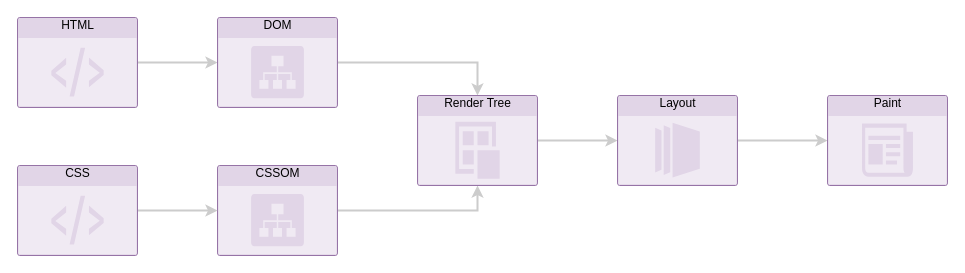
skylinety/Blog keeps this draw.io diagram as Demos/Major/Refactor&Optimization/Repaint.drawio. Above is the earlier version. Source tidied: cells renumbered, new cells numbered last; positions are measured from the earlier drawing's top-left corner, leaving out a move shared by most shapes. Both pictures are drawn from the tidied source at 100%, with x=0, y=0 at pixel (17, 17).
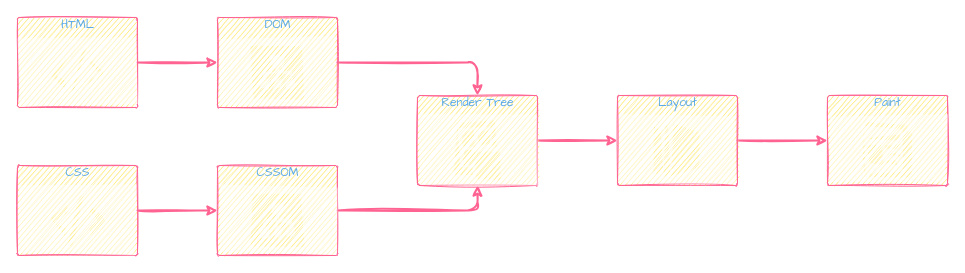
After the change.

Change to the diagram source:
```diff
@@
 <mxGraphModel>
   <root>
     <mxCell id="0" />
     <mxCell id="1" parent="0" />
-    <mxCell id="2" style="edgeStyle=orthogonalEdgeStyle;rounded=0;jettySize=auto;html=1;entryX=0.5;entryY=1;entryDx=0;entryDy=0;entryPerimeter=0;strokeColor=#CCCCCC;strokeWidth=2;" parent="1" edge="1" source="3" target="11">
+    <mxCell id="2" style="edgeStyle=orthogonalEdgeStyle;jettySize=auto;html=1;entryX=0.5;entryY=1;entryDx=0;entryDy=0;entryPerimeter=0;strokeWidth=2;sketch=1;strokeColor=#FF6392;fontColor=#5AA9E6;fontFamily=Comic Sans MS;" parent="1" edge="1" source="3" target="11">
       <mxGeometry relative="1" as="geometry" />
     </mxCell>
-    <mxCell id="3" value="CSSOM" style="html=1;strokeColor=#9673a6;fillColor=#e1d5e7;labelPosition=center;verticalLabelPosition=middle;verticalAlign=top;align=center;fontSize=12;outlineConnect=0;spacingTop=-6;sketch=0;shape=mxgraph.sitemap.sitemap;" parent="1" vertex="1">
+    <mxCell id="3" value="CSSOM" style="html=1;labelPosition=center;verticalLabelPosition=middle;verticalAlign=top;align=center;fontSize=12;outlineConnect=0;spacingTop=-6;shape=mxgraph.sitemap.sitemap;sketch=1;rounded=1;fillColor=#FFE45E;strokeColor=#FF6392;fontColor=#5AA9E6;fontFamily=Comic Sans MS;" parent="1" vertex="1">
       <mxGeometry x="200" y="148" width="120" height="90" as="geometry" />
     </mxCell>
-    <mxCell id="4" style="edgeStyle=orthogonalEdgeStyle;rounded=0;jettySize=auto;html=1;entryX=0;entryY=0.5;entryDx=0;entryDy=0;entryPerimeter=0;strokeWidth=2;strokeColor=#CCCCCC;" parent="1" edge="1" source="5" target="9">
+    <mxCell id="4" style="edgeStyle=orthogonalEdgeStyle;jettySize=auto;html=1;entryX=0;entryY=0.5;entryDx=0;entryDy=0;entryPerimeter=0;strokeWidth=2;sketch=1;strokeColor=#FF6392;fontColor=#5AA9E6;fontFamily=Comic Sans MS;" parent="1" edge="1" source="5" target="9">
       <mxGeometry relative="1" as="geometry" />
     </mxCell>
-    <mxCell id="5" value="HTML" style="html=1;strokeColor=#9673a6;fillColor=#e1d5e7;labelPosition=center;verticalLabelPosition=middle;verticalAlign=top;align=center;fontSize=12;outlineConnect=0;spacingTop=-6;sketch=0;shape=mxgraph.sitemap.script;" parent="1" vertex="1">
+    <mxCell id="5" value="HTML" style="html=1;labelPosition=center;verticalLabelPosition=middle;verticalAlign=top;align=center;fontSize=12;outlineConnect=0;spacingTop=-6;shape=mxgraph.sitemap.script;sketch=1;rounded=1;fillColor=#FFE45E;strokeColor=#FF6392;fontColor=#5AA9E6;fontFamily=Comic Sans MS;" parent="1" vertex="1">
       <mxGeometry width="120" height="90" as="geometry" />
     </mxCell>
-    <mxCell id="6" style="edgeStyle=orthogonalEdgeStyle;rounded=0;jettySize=auto;html=1;entryX=0;entryY=0.5;entryDx=0;entryDy=0;entryPerimeter=0;strokeColor=#CCCCCC;strokeWidth=2;" parent="1" edge="1" source="7" target="3">
+    <mxCell id="6" style="edgeStyle=orthogonalEdgeStyle;jettySize=auto;html=1;entryX=0;entryY=0.5;entryDx=0;entryDy=0;entryPerimeter=0;strokeWidth=2;sketch=1;strokeColor=#FF6392;fontColor=#5AA9E6;fontFamily=Comic Sans MS;" parent="1" edge="1" source="7" target="3">
       <mxGeometry relative="1" as="geometry" />
     </mxCell>
-    <mxCell id="7" value="CSS" style="html=1;strokeColor=#9673a6;fillColor=#e1d5e7;labelPosition=center;verticalLabelPosition=middle;verticalAlign=top;align=center;fontSize=12;outlineConnect=0;spacingTop=-6;sketch=0;shape=mxgraph.sitemap.script;" parent="1" vertex="1">
+    <mxCell id="7" value="CSS" style="html=1;labelPosition=center;verticalLabelPosition=middle;verticalAlign=top;align=center;fontSize=12;outlineConnect=0;spacingTop=-6;shape=mxgraph.sitemap.script;sketch=1;rounded=1;fillColor=#FFE45E;strokeColor=#FF6392;fontColor=#5AA9E6;fontFamily=Comic Sans MS;" parent="1" vertex="1">
       <mxGeometry y="148" width="120" height="90" as="geometry" />
     </mxCell>
-    <mxCell id="8" style="edgeStyle=orthogonalEdgeStyle;rounded=0;jettySize=auto;html=1;entryX=0.5;entryY=0;entryDx=0;entryDy=0;entryPerimeter=0;strokeColor=#CCCCCC;strokeWidth=2;" parent="1" edge="1" source="9" target="11">
+    <mxCell id="8" style="edgeStyle=orthogonalEdgeStyle;jettySize=auto;html=1;entryX=0.5;entryY=0;entryDx=0;entryDy=0;entryPerimeter=0;strokeWidth=2;sketch=1;strokeColor=#FF6392;fontColor=#5AA9E6;fontFamily=Comic Sans MS;" parent="1" edge="1" source="9" target="11">
       <mxGeometry relative="1" as="geometry" />
     </mxCell>
-    <mxCell id="9" value="DOM" style="html=1;strokeColor=#9673a6;fillColor=#e1d5e7;labelPosition=center;verticalLabelPosition=middle;verticalAlign=top;align=center;fontSize=12;outlineConnect=0;spacingTop=-6;sketch=0;shape=mxgraph.sitemap.sitemap;" parent="1" vertex="1">
+    <mxCell id="9" value="DOM" style="html=1;labelPosition=center;verticalLabelPosition=middle;verticalAlign=top;align=center;fontSize=12;outlineConnect=0;spacingTop=-6;shape=mxgraph.sitemap.sitemap;sketch=1;rounded=1;fillColor=#FFE45E;strokeColor=#FF6392;fontColor=#5AA9E6;fontFamily=Comic Sans MS;" parent="1" vertex="1">
       <mxGeometry x="200" width="120" height="90" as="geometry" />
     </mxCell>
-    <mxCell id="10" style="edgeStyle=orthogonalEdgeStyle;rounded=0;jettySize=auto;html=1;entryX=0;entryY=0.5;entryDx=0;entryDy=0;entryPerimeter=0;strokeColor=#CCCCCC;strokeWidth=2;" parent="1" edge="1" source="11" target="13">
+    <mxCell id="10" style="edgeStyle=orthogonalEdgeStyle;jettySize=auto;html=1;entryX=0;entryY=0.5;entryDx=0;entryDy=0;entryPerimeter=0;strokeWidth=2;sketch=1;strokeColor=#FF6392;fontColor=#5AA9E6;fontFamily=Comic Sans MS;" parent="1" edge="1" source="11" target="13">
       <mxGeometry relative="1" as="geometry" />
     </mxCell>
-    <mxCell id="11" value="Render Tree" style="html=1;strokeColor=#9673a6;fillColor=#e1d5e7;labelPosition=center;verticalLabelPosition=middle;verticalAlign=top;align=center;fontSize=12;outlineConnect=0;spacingTop=-6;sketch=0;shape=mxgraph.sitemap.post;" parent="1" vertex="1">
+    <mxCell id="11" value="Render Tree" style="html=1;labelPosition=center;verticalLabelPosition=middle;verticalAlign=top;align=center;fontSize=12;outlineConnect=0;spacingTop=-6;shape=mxgraph.sitemap.post;sketch=1;rounded=1;fillColor=#FFE45E;strokeColor=#FF6392;fontColor=#5AA9E6;fontFamily=Comic Sans MS;" parent="1" vertex="1">
       <mxGeometry x="400" y="78" width="120" height="90" as="geometry" />
     </mxCell>
-    <mxCell id="12" style="edgeStyle=orthogonalEdgeStyle;rounded=0;jettySize=auto;html=1;entryX=0;entryY=0.5;entryDx=0;entryDy=0;entryPerimeter=0;strokeColor=#CCCCCC;strokeWidth=2;" parent="1" edge="1" source="13" target="14">
+    <mxCell id="12" style="edgeStyle=orthogonalEdgeStyle;jettySize=auto;html=1;entryX=0;entryY=0.5;entryDx=0;entryDy=0;entryPerimeter=0;strokeWidth=2;sketch=1;strokeColor=#FF6392;fontColor=#5AA9E6;fontFamily=Comic Sans MS;" parent="1" edge="1" source="13" target="14">
       <mxGeometry relative="1" as="geometry" />
     </mxCell>
-    <mxCell id="13" value="Layout" style="html=1;strokeColor=#9673a6;fillColor=#e1d5e7;labelPosition=center;verticalLabelPosition=middle;verticalAlign=top;align=center;fontSize=12;outlineConnect=0;spacingTop=-6;sketch=0;shape=mxgraph.sitemap.slideshow;" parent="1" vertex="1">
+    <mxCell id="13" value="Layout" style="html=1;labelPosition=center;verticalLabelPosition=middle;verticalAlign=top;align=center;fontSize=12;outlineConnect=0;spacingTop=-6;shape=mxgraph.sitemap.slideshow;sketch=1;rounded=1;fillColor=#FFE45E;strokeColor=#FF6392;fontColor=#5AA9E6;fontFamily=Comic Sans MS;" parent="1" vertex="1">
       <mxGeometry x="600" y="78" width="120" height="90" as="geometry" />
     </mxCell>
-    <mxCell id="14" value="Paint" style="html=1;strokeColor=#9673a6;fillColor=#e1d5e7;labelPosition=center;verticalLabelPosition=middle;verticalAlign=top;align=center;fontSize=12;outlineConnect=0;spacingTop=-6;sketch=0;shape=mxgraph.sitemap.news;" parent="1" vertex="1">
+    <mxCell id="14" value="Paint" style="html=1;labelPosition=center;verticalLabelPosition=middle;verticalAlign=top;align=center;fontSize=12;outlineConnect=0;spacingTop=-6;shape=mxgraph.sitemap.news;sketch=1;rounded=1;fillColor=#FFE45E;strokeColor=#FF6392;fontColor=#5AA9E6;fontFamily=Comic Sans MS;" parent="1" vertex="1">
       <mxGeometry x="810" y="78" width="120" height="90" as="geometry" />
     </mxCell>
   </root>
 </mxGraphModel>
```
